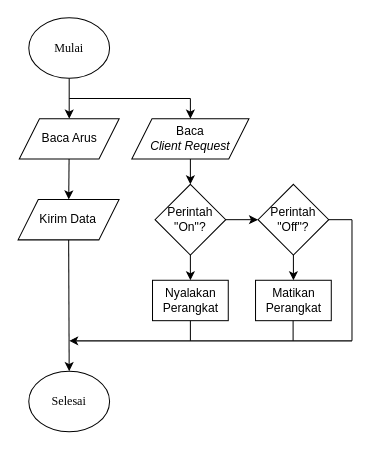
Earlier version of the draw.io diagram Flowchat Smart Plug.drawio (m-arson/lala). Source tidied: cells renumbered, new cells numbered last; positions are measured from the earlier drawing's top-left corner, leaving out a move shared by most shapes. Both pictures are drawn from the tidied source at 101%, with x=0, y=0 at pixel (17, 17).
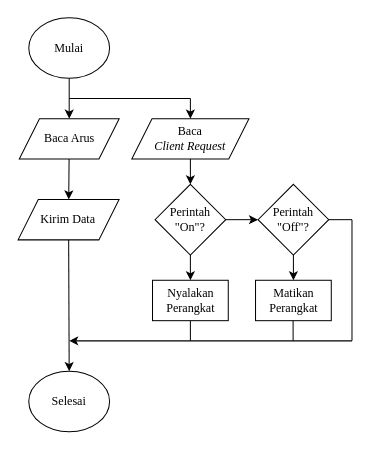
The same page after the edit.

Change to the diagram source:
```diff
@@
-    <mxCell id="6" value="Baca&lt;br&gt;&lt;i&gt;Client Request&lt;/i&gt;" style="shape=parallelogram;perimeter=parallelogramPerimeter;whiteSpace=wrap;html=1;fixedSize=1;" parent="1" vertex="1">
+    <mxCell id="6" value="&lt;font face=&quot;Times New Roman&quot;&gt;Baca&lt;br&gt;&lt;i&gt;Client Request&lt;/i&gt;&lt;/font&gt;" style="shape=parallelogram;perimeter=parallelogramPerimeter;whiteSpace=wrap;html=1;fixedSize=1;" parent="1" vertex="1">
       <mxGeometry x="113" y="100" width="116" height="40" as="geometry" />
     </mxCell>
@@
-    <mxCell id="8" value="Baca Arus" style="shape=parallelogram;perimeter=parallelogramPerimeter;whiteSpace=wrap;html=1;fixedSize=1;" parent="1" vertex="1">
+    <mxCell id="8" value="&lt;font face=&quot;Times New Roman&quot;&gt;Baca Arus&lt;/font&gt;" style="shape=parallelogram;perimeter=parallelogramPerimeter;whiteSpace=wrap;html=1;fixedSize=1;" parent="1" vertex="1">
       <mxGeometry x="1.6" y="100" width="98.9" height="40" as="geometry" />
     </mxCell>
@@
-    <mxCell id="10" value="Kirim Data" style="shape=parallelogram;perimeter=parallelogramPerimeter;whiteSpace=wrap;html=1;fixedSize=1;" parent="1" vertex="1">
+    <mxCell id="10" value="&lt;font face=&quot;Times New Roman&quot;&gt;Kirim Data&lt;/font&gt;" style="shape=parallelogram;perimeter=parallelogramPerimeter;whiteSpace=wrap;html=1;fixedSize=1;" parent="1" vertex="1">
       <mxGeometry x="0.4" y="180" width="100" height="40" as="geometry" />
     </mxCell>
@@
-    <mxCell id="13" value="Perintah&lt;br&gt;&quot;On&quot;?" style="rhombus;whiteSpace=wrap;html=1;" parent="1" vertex="1">
+    <mxCell id="13" value="&lt;font face=&quot;Times New Roman&quot;&gt;Perintah&lt;br&gt;&quot;On&quot;?&lt;/font&gt;" style="rhombus;whiteSpace=wrap;html=1;" parent="1" vertex="1">
       <mxGeometry x="136" y="165" width="70" height="70" as="geometry" />
     </mxCell>
-    <mxCell id="14" value="Nyalakan Perangkat" style="rounded=0;whiteSpace=wrap;html=1;align=center;" parent="1" vertex="1">
+    <mxCell id="14" value="&lt;font face=&quot;Times New Roman&quot;&gt;Nyalakan Perangkat&lt;/font&gt;" style="rounded=0;whiteSpace=wrap;html=1;align=center;" parent="1" vertex="1">
       <mxGeometry x="133.5" y="260" width="75" height="40" as="geometry" />
     </mxCell>
@@
-    <mxCell id="16" value="Perintah&lt;br&gt;&quot;Off&quot;?" style="rhombus;whiteSpace=wrap;html=1;" parent="1" vertex="1">
+    <mxCell id="16" value="&lt;font face=&quot;Times New Roman&quot;&gt;Perintah&lt;br&gt;&quot;Off&quot;?&lt;/font&gt;" style="rhombus;whiteSpace=wrap;html=1;" parent="1" vertex="1">
       <mxGeometry x="238" y="165" width="70" height="70" as="geometry" />
     </mxCell>
-    <mxCell id="17" value="Matikan Perangkat" style="rounded=0;whiteSpace=wrap;html=1;align=center;" parent="1" vertex="1">
+    <mxCell id="17" value="&lt;font face=&quot;Times New Roman&quot;&gt;Matikan Perangkat&lt;/font&gt;" style="rounded=0;whiteSpace=wrap;html=1;align=center;" parent="1" vertex="1">
       <mxGeometry x="235.5" y="260" width="75" height="40" as="geometry" />
     </mxCell>
```
